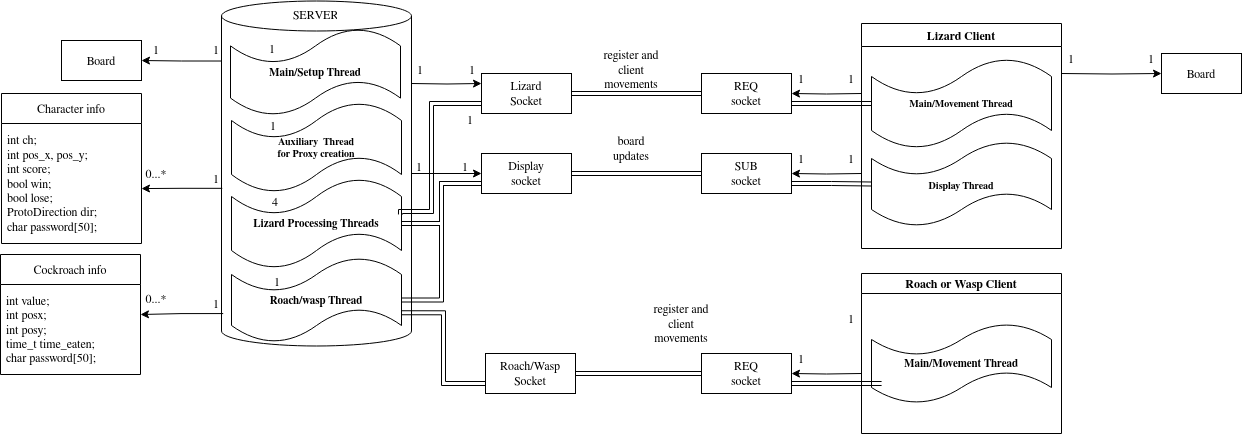
ist199917-ist199968/lizardsNroaches keeps this draw.io diagram as src/report/architecture.png. Above is the earlier version. Source tidied: cells renumbered, new cells last; positions are measured from the earlier drawing's top-left corner, leaving out a move shared by most shapes.
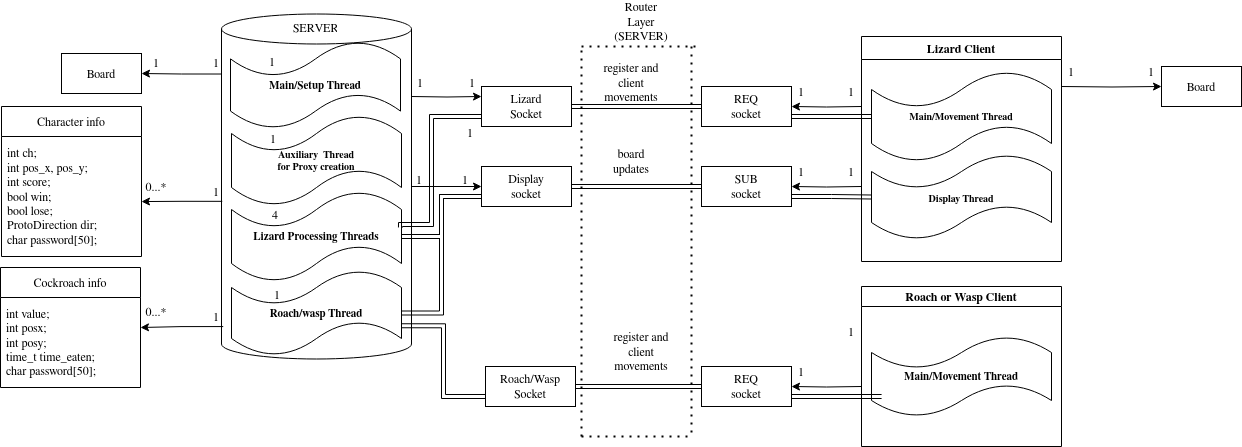
After the change.

Commit message:
Tiny improvement in report

Diff of the diagram source:
```diff
@@ -113,7 +113,7 @@
       <mxGeometry x="601" y="132" width="60" height="30" as="geometry" />
     </mxCell>
     <mxCell id="36" value="register and client movements" style="text;html=1;strokeColor=none;fillColor=none;align=center;verticalAlign=middle;whiteSpace=wrap;rounded=0;" parent="1" vertex="1">
-      <mxGeometry x="651" y="307" width="60" height="30" as="geometry" />
+      <mxGeometry x="611" y="322" width="60" height="30" as="geometry" />
     </mxCell>
     <mxCell id="37" value="Character info" style="swimlane;fontStyle=0;horizontal=1;startSize=30;whiteSpace=wrap;html=1;" parent="1" vertex="1">
       <mxGeometry x="1" y="92" width="140" height="150" as="geometry" />
@@ -298,5 +298,32 @@
     <mxCell id="92" style="edgeStyle=orthogonalEdgeStyle;rounded=0;jettySize=auto;html=1;exitX=1;exitY=0.75;exitDx=0;exitDy=0;entryX=0.056;entryY=0.75;entryDx=0;entryDy=0;entryPerimeter=0;shape=link;" parent="1" edge="1" source="22" target="16">
       <mxGeometry relative="1" as="geometry" />
     </mxCell>
+    <mxCell id="93" style="endArrow=none;dashed=1;html=1;dashPattern=1 3;strokeWidth=2;rounded=0;" parent="1" edge="1">
+      <mxGeometry relative="1" as="geometry">
+        <mxPoint x="581" y="32" as="sourcePoint" />
+        <mxPoint x="701" y="32" as="targetPoint" />
+      </mxGeometry>
+    </mxCell>
+    <mxCell id="94" style="endArrow=none;dashed=1;html=1;dashPattern=1 3;strokeWidth=2;rounded=0;" parent="1" edge="1">
+      <mxGeometry relative="1" as="geometry">
+        <mxPoint x="581" y="422" as="sourcePoint" />
+        <mxPoint x="581" y="32" as="targetPoint" />
+      </mxGeometry>
+    </mxCell>
+    <mxCell id="95" style="endArrow=none;dashed=1;html=1;dashPattern=1 3;strokeWidth=2;rounded=0;" parent="1" edge="1">
+      <mxGeometry relative="1" as="geometry">
+        <mxPoint x="691" y="32" as="sourcePoint" />
+        <mxPoint x="691" y="422" as="targetPoint" />
+      </mxGeometry>
+    </mxCell>
+    <mxCell id="96" style="endArrow=none;dashed=1;html=1;dashPattern=1 3;strokeWidth=2;rounded=0;" parent="1" edge="1">
+      <mxGeometry relative="1" as="geometry">
+        <mxPoint x="581" y="422" as="sourcePoint" />
+        <mxPoint x="691" y="422" as="targetPoint" />
+      </mxGeometry>
+    </mxCell>
+    <mxCell id="97" value="Router Layer (SERVER)" style="text;html=1;strokeColor=none;fillColor=none;align=center;verticalAlign=middle;whiteSpace=wrap;rounded=0;" parent="1" vertex="1">
+      <mxGeometry x="611" y="-8" width="60" height="30" as="geometry" />
+    </mxCell>
   </root>
 </mxGraphModel>
```
